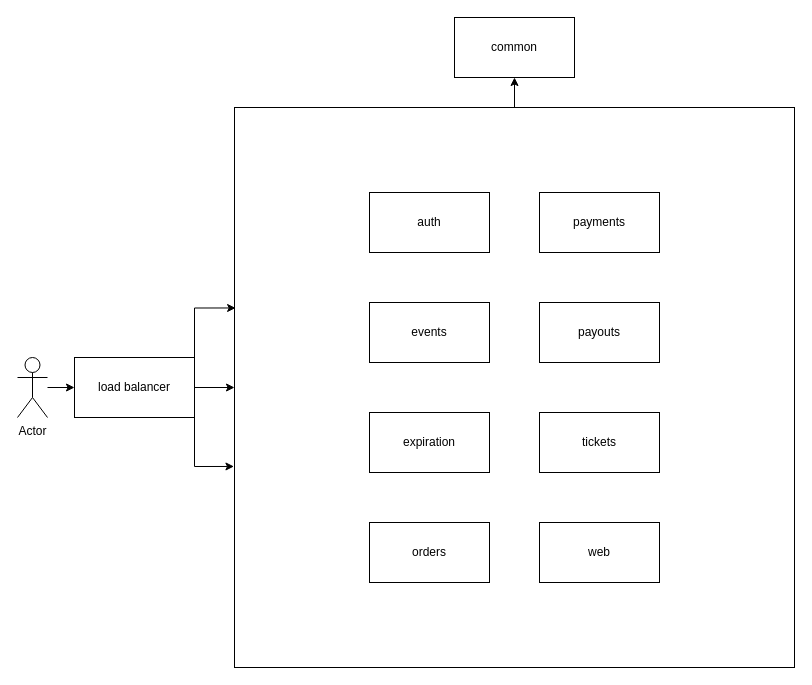
Before: Tazaker.drawio in markmorcos/Tazaker, a draw.io diagram. Source tidied: cells renumbered, new cells numbered last; positions are measured from the earlier drawing's top-left corner, leaving out a move shared by most shapes. Both pictures are drawn from the tidied source at 100%, with x=0, y=0 at pixel (17, 17).
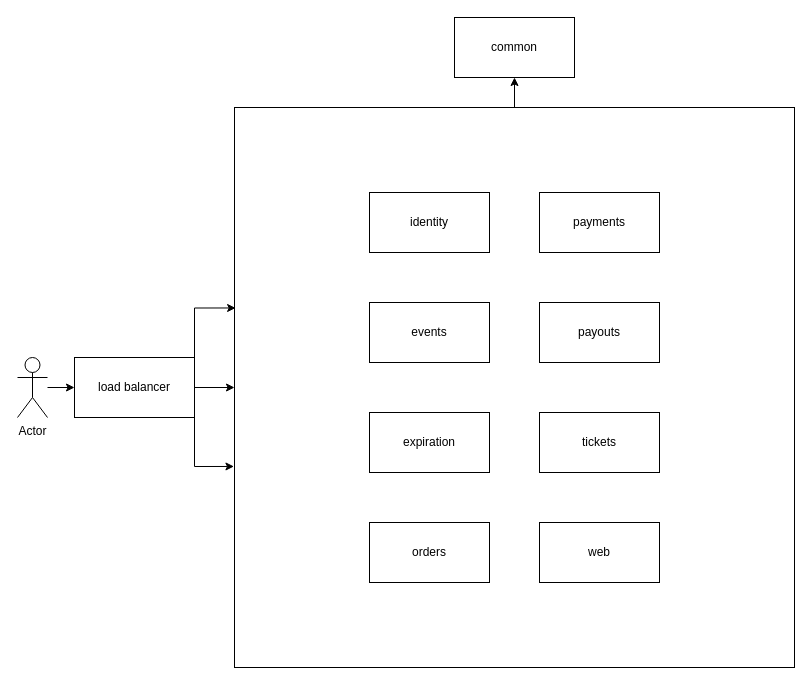
After the change.

Diff of the diagram source:
```diff
@@
-    <mxCell id="10" value="auth" style="rounded=0;whiteSpace=wrap;html=1;fontStyle=0;" parent="1" vertex="1">
+    <mxCell id="10" value="identity" style="rounded=0;whiteSpace=wrap;html=1;fontStyle=0;" parent="1" vertex="1">
       <mxGeometry x="352" y="175" width="120" height="60" as="geometry" />
     </mxCell>
```
